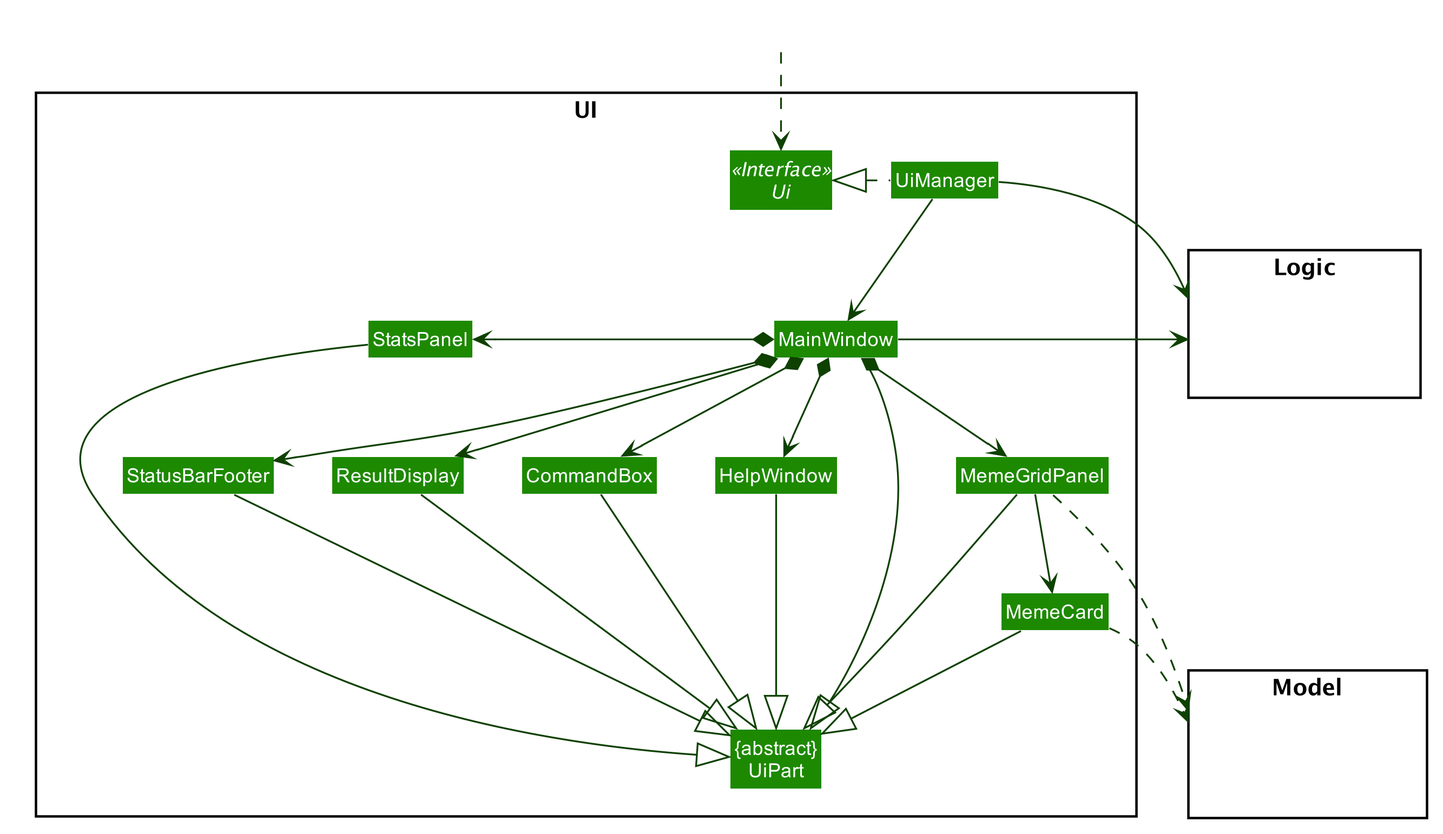
The PlantUML diagram docs/images/UiClassDiagram.png in nus-cs2103-AY1920S1/addressbook-level3, before a commit. Source of this version:
```plantuml
@startuml
scale 1.5








skinparam BackgroundColor #FFFFFFF

skinparam Shadowing false

skinparam Class {
    FontColor #FFFFFF
    BorderThickness 1
    BorderColor #FFFFFF
    StereotypeFontColor #FFFFFF
    FontName Arial
}

skinparam Actor {
    BorderColor #000000
    Color #000000
    FontName Arial
}

skinparam Sequence {
    MessageAlign center
    BoxFontSize 15
    BoxPadding 0
    BoxFontColor #FFFFFF
    FontName Arial
}

skinparam Participant {
    FontColor #FFFFFFF
    Padding 20
}

skinparam MinClassWidth 50
skinparam ParticipantPadding 10
skinparam Shadowing false
skinparam DefaultTextAlignment center
skinparam packageStyle Rectangle

hide footbox
hide members
hide circle
skinparam arrowThickness 1.1
skinparam arrowColor #0E4100
skinparam classBackgroundColor #1D8900

package UI <<Rectangle>>{
Interface Ui <<Interface>>
Class "{abstract}\nUiPart" as UiPart
Class UiManager
Class MainWindow
Class HelpWindow
Class ResultDisplay
Class MemeGridPanel
Class MemeCard
Class StatusBarFooter
Class CommandBox
Class StatsPanel
}

package Model <<Rectangle>> {
Class HiddenModel #FFFFFF
}

package Logic <<Rectangle>> {
Class HiddenLogic #FFFFFF
}

Class HiddenOutside #FFFFFF
HiddenOutside ..> Ui

UiManager .left.|> Ui
UiManager -down-> MainWindow
MainWindow *-left-> StatsPanel
MainWindow *-down-> HelpWindow
MainWindow *-down-> CommandBox
MainWindow *-down-> ResultDisplay
MainWindow *-down-> MemeGridPanel
MainWindow *-down-> StatusBarFooter

MemeGridPanel -down-> MemeCard

MainWindow -left-|> UiPart

ResultDisplay --|> UiPart
CommandBox --|> UiPart
MemeGridPanel --|> UiPart
MemeCard --|> UiPart
StatusBarFooter --|> UiPart
HelpWindow -down-|> UiPart
StatsPanel -down-|> UiPart

MemeCard ..> Model
MemeGridPanel ..> Model
UiManager -right-> Logic
MainWindow -left-> Logic

MemeGridPanel -[hidden]left- HelpWindow
HelpWindow -[hidden]left- CommandBox
CommandBox -[hidden]left- ResultDisplay
ResultDisplay -[hidden]left- StatusBarFooter

MainWindow -[hidden]-|> UiPart
@enduml
```
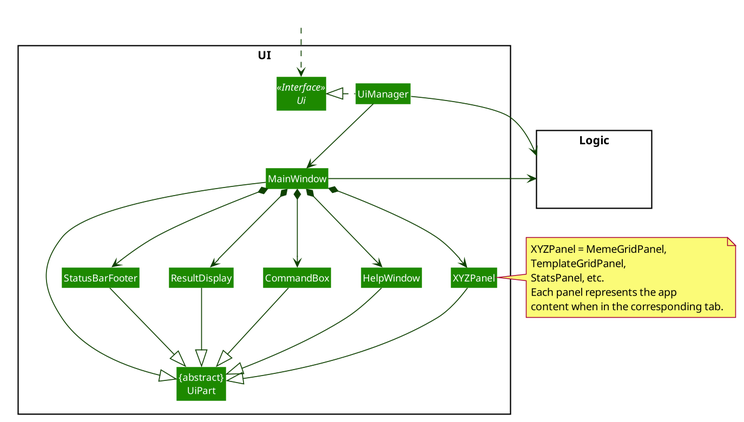
The same diagram one commit later.

Diff of the diagram source:
```diff
@@ -59,15 +59,9 @@
 Class MainWindow
 Class HelpWindow
 Class ResultDisplay
-Class MemeGridPanel
-Class MemeCard
+Class XYZPanel
 Class StatusBarFooter
 Class CommandBox
-Class StatsPanel
-}
-
-package Model <<Rectangle>> {
-Class HiddenModel #FFFFFF
 }
 
 package Logic <<Rectangle>> {
@@ -79,34 +73,29 @@
 
 UiManager .left.|> Ui
 UiManager -down-> MainWindow
-MainWindow *-left-> StatsPanel
 MainWindow *-down-> HelpWindow
 MainWindow *-down-> CommandBox
 MainWindow *-down-> ResultDisplay
-MainWindow *-down-> MemeGridPanel
+MainWindow *-down-> XYZPanel
 MainWindow *-down-> StatusBarFooter
-
-MemeGridPanel -down-> MemeCard
 
 MainWindow -left-|> UiPart
 
 ResultDisplay --|> UiPart
 CommandBox --|> UiPart
-MemeGridPanel --|> UiPart
-MemeCard --|> UiPart
+XYZPanel --|> UiPart
 StatusBarFooter --|> UiPart
 HelpWindow -down-|> UiPart
-StatsPanel -down-|> UiPart
 
-MemeCard ..> Model
-MemeGridPanel ..> Model
 UiManager -right-> Logic
 MainWindow -left-> Logic
 
-MemeGridPanel -[hidden]left- HelpWindow
+XYZPanel -[hidden]left- HelpWindow
 HelpWindow -[hidden]left- CommandBox
 CommandBox -[hidden]left- ResultDisplay
 ResultDisplay -[hidden]left- StatusBarFooter
 
 MainWindow -[hidden]-|> UiPart
+
+note right of XYZPanel: XYZPanel = MemeGridPanel,\nTemplateGridPanel,\nStatsPanel, etc.\nEach panel represents the app\ncontent when in the corresponding tab.
 @enduml
```
